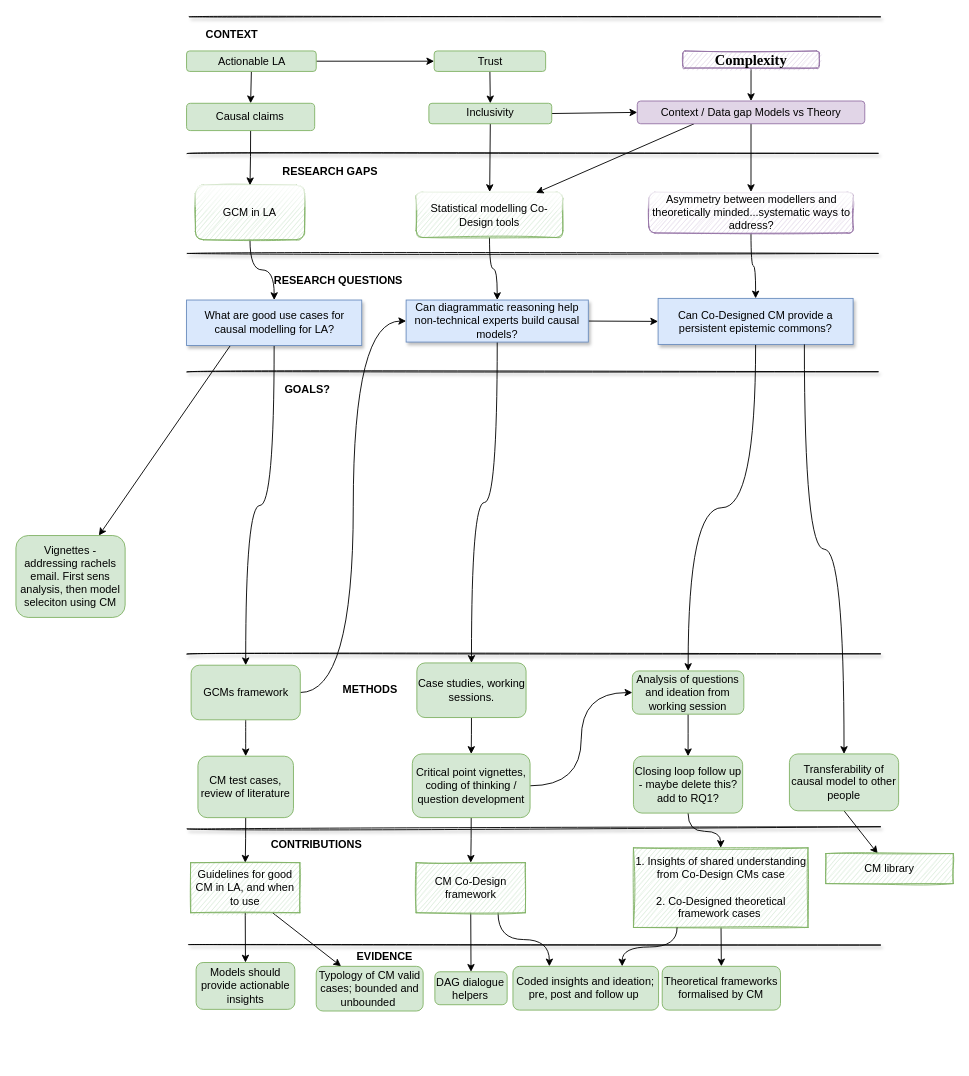
Above: page "Page-5" (5 of 5) of Thesis diagram.drawio in benwhicks/phd (draw.io), before the change. Source tidied: cells renumbered, new cells numbered last; positions are measured from the earlier drawing's top-left corner, leaving out a move shared by most shapes. Both pictures are drawn from the tidied source at 91%, with x=0, y=0 at pixel (15, 16).
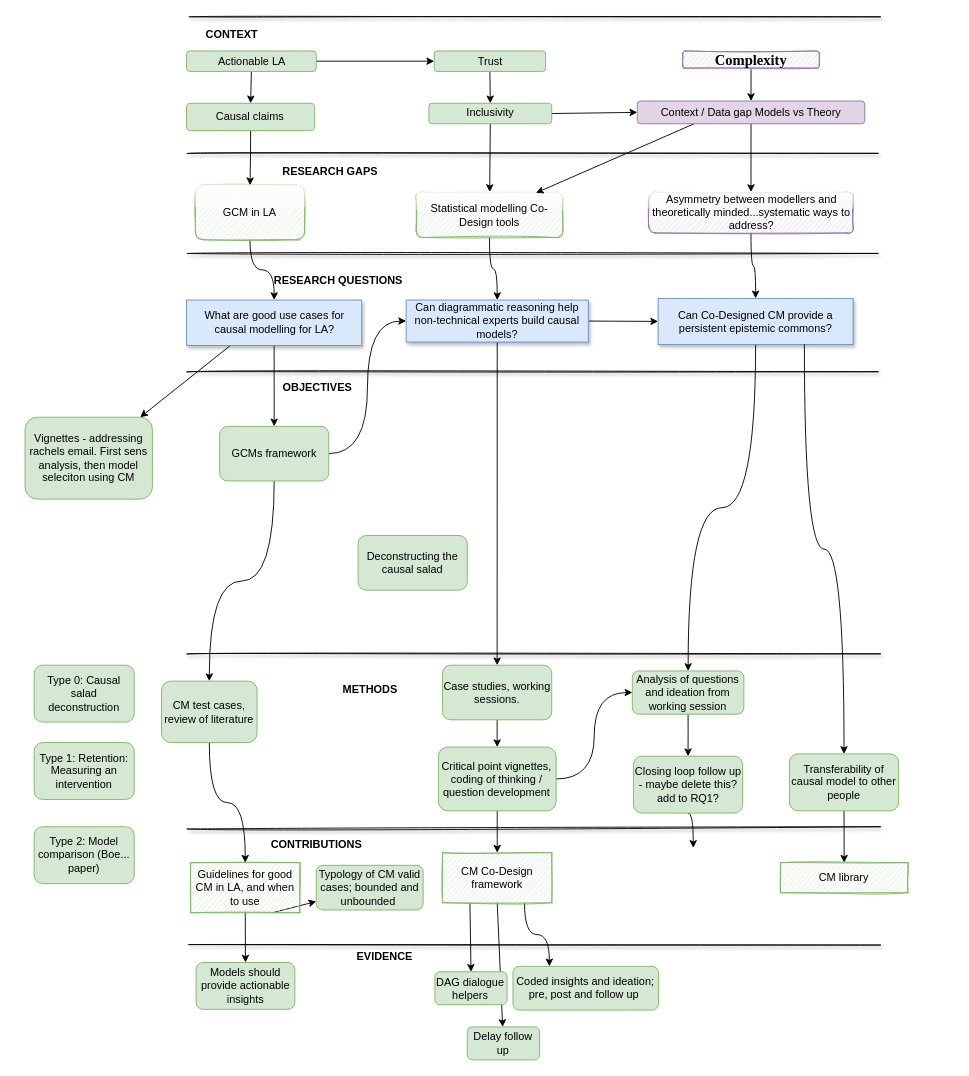
The same diagram, later.

Unchanged cells that the change refers to:
```xml
<mxCell id="38" value="Closing loop follow up - maybe delete this? add to RQ1?" style="whiteSpace=wrap;html=1;rounded=1;shadow=0;glass=0;sketch=0;fillColor=#d5e8d4;strokeColor=#82b366;" parent="1" vertex="1">
  <mxGeometry x="678.6" y="812.5" width="120" height="62.5" as="geometry" />
</mxCell>
<mxCell id="66" value="DAG dialogue helpers" style="rounded=1;whiteSpace=wrap;html=1;sketch=0;fillColor=#d5e8d4;strokeColor=#82b366;gradientColor=none;shadow=0;" parent="1" vertex="1">
  <mxGeometry x="460.4" y="1049.4" width="79.4" height="36.2" as="geometry" />
</mxCell>
<mxCell id="68" value="Coded insights and ideation; pre, post and follow up&amp;nbsp;" style="rounded=1;whiteSpace=wrap;html=1;sketch=0;fillColor=#d5e8d4;strokeColor=#82b366;gradientColor=none;shadow=0;" parent="1" vertex="1">
  <mxGeometry x="546.2" y="1043.4" width="160" height="48.1" as="geometry" />
</mxCell>
```

What changed in the source:
```diff
@@
     <mxCell id="29" value="GCMs framework" style="rounded=1;whiteSpace=wrap;html=1;sketch=0;shadow=0;glass=0;fillColor=#d5e8d4;strokeColor=#82b366;" parent="1" vertex="1">
-      <mxGeometry x="192.5" y="712.5" width="120" height="60" as="geometry" />
+      <mxGeometry x="223.8" y="450" width="120" height="60" as="geometry" />
     </mxCell>
@@
     <mxCell id="31" value="CM test cases, review of literature" style="rounded=1;whiteSpace=wrap;html=1;sketch=0;fillColor=#d5e8d4;strokeColor=#82b366;gradientColor=none;shadow=0;" parent="1" vertex="1">
-      <mxGeometry x="200" y="812.5" width="105" height="67.5" as="geometry" />
+      <mxGeometry x="160" y="730" width="105" height="67.5" as="geometry" />
     </mxCell>
@@
     <mxCell id="33" value="Case studies, working sessions." style="rounded=1;whiteSpace=wrap;html=1;fillColor=#d5e8d4;strokeColor=#82b366;" parent="1" vertex="1">
-      <mxGeometry x="440.6" y="710" width="120" height="60" as="geometry" />
+      <mxGeometry x="468.8" y="712.5" width="120" height="60" as="geometry" />
     </mxCell>
@@
-    <mxCell id="37" style="edgeStyle=orthogonalEdgeStyle;curved=1;rounded=0;sketch=0;jettySize=auto;html=1;exitX=0.5;exitY=1;exitDx=0;exitDy=0;startArrow=none;startFill=0;endArrow=classic;endFill=1;entryX=0.5;entryY=0;entryDx=0;entryDy=0;" parent="1" edge="1" source="38" target="63">
-      <mxGeometry relative="1" as="geometry" />
+    <mxCell id="37" style="edgeStyle=orthogonalEdgeStyle;curved=1;rounded=0;sketch=0;jettySize=auto;html=1;exitX=0.5;exitY=1;exitDx=0;exitDy=0;startArrow=none;startFill=0;endArrow=classic;endFill=1;entryX=0.5;entryY=0;entryDx=0;entryDy=0;" parent="1" edge="1" source="38">
+      <mxGeometry relative="1" as="geometry">
+        <mxPoint x="744.3" y="913.2" as="targetPoint" />
+      </mxGeometry>
     </mxCell>
@@
     <mxCell id="41" value="Critical point vignettes, coding of thinking / question development" style="whiteSpace=wrap;html=1;rounded=1;shadow=0;glass=0;sketch=0;fillColor=#d5e8d4;strokeColor=#82b366;" parent="1" vertex="1">
-      <mxGeometry x="435.6" y="810" width="129.4" height="70" as="geometry" />
+      <mxGeometry x="464.2" y="802.5" width="129.4" height="70" as="geometry" />
     </mxCell>
@@
-    <mxCell id="56" style="edgeStyle=none;rounded=0;jettySize=auto;html=1;exitX=0.5;exitY=1;exitDx=0;exitDy=0;entryX=0.5;entryY=0;entryDx=0;entryDy=0;" parent="1" edge="1" source="58" target="66">
+    <mxCell id="56" style="edgeStyle=none;rounded=0;jettySize=auto;html=1;exitX=0.25;exitY=1;exitDx=0;exitDy=0;entryX=0.5;entryY=0;entryDx=0;entryDy=0;" parent="1" edge="1" source="58" target="66">
       <mxGeometry relative="1" as="geometry" />
     </mxCell>
@@
+    <mxCell id="80" style="edgeStyle=none;rounded=0;jettySize=auto;html=1;exitX=0.5;exitY=1;exitDx=0;exitDy=0;" parent="1" edge="1" source="58" target="81">
+      <mxGeometry relative="1" as="geometry" />
+    </mxCell>
     <mxCell id="58" value="CM Co-Design framework" style="whiteSpace=wrap;html=1;rounded=0;shadow=0;glass=0;sketch=1;fillColor=#d5e8d4;strokeColor=#82b366;" parent="1" vertex="1">
-      <mxGeometry x="439.8" y="929.5" width="120" height="55" as="geometry" />
+      <mxGeometry x="468.9" y="918.5" width="120" height="55" as="geometry" />
     </mxCell>
@@
-    <mxCell id="62" style="rounded=0;sketch=0;jettySize=auto;html=1;entryX=0.5;entryY=0;entryDx=0;entryDy=0;fontFamily=Garamond;fontSize=16;" parent="1" edge="1" source="63" target="67">
-      <mxGeometry relative="1" as="geometry" />
-    </mxCell>
-    <mxCell id="63" value="1. Insights of shared understanding from Co-Design CMs case&lt;br&gt;&lt;br&gt;2. Co-Designed theoretical framework cases&amp;nbsp;" style="whiteSpace=wrap;html=1;rounded=0;shadow=0;glass=0;sketch=1;fillColor=#d5e8d4;strokeColor=#82b366;" parent="1" vertex="1">
-      <mxGeometry x="678.6" y="913.2" width="191.8" height="87.5" as="geometry" />
-    </mxCell>
@@
     <mxCell id="65" value="Typology of CM valid cases; bounded and unbounded&amp;nbsp;" style="rounded=1;whiteSpace=wrap;html=1;sketch=0;fillColor=#d5e8d4;strokeColor=#82b366;gradientColor=none;shadow=0;" parent="1" vertex="1">
-      <mxGeometry x="330" y="1043.4" width="117.5" height="49.1" as="geometry" />
+      <mxGeometry x="330" y="932.4" width="117.5" height="49.1" as="geometry" />
     </mxCell>
@@
-    <mxCell id="67" value="Theoretical frameworks formalised by CM" style="rounded=1;whiteSpace=wrap;html=1;sketch=0;fillColor=#d5e8d4;strokeColor=#82b366;gradientColor=none;shadow=0;" parent="1" vertex="1">
-      <mxGeometry x="710.2" y="1043.4" width="130" height="48.1" as="geometry" />
-    </mxCell>
@@
-    <mxCell id="69" style="edgeStyle=orthogonalEdgeStyle;curved=1;rounded=0;sketch=0;jettySize=auto;html=1;exitX=0.25;exitY=1;exitDx=0;exitDy=0;entryX=0.75;entryY=0;entryDx=0;entryDy=0;fontFamily=Garamond;fontSize=16;" parent="1" edge="1" source="63" target="68">
-      <mxGeometry relative="1" as="geometry" />
-    </mxCell>
@@
     <mxCell id="73" value="CM library" style="whiteSpace=wrap;html=1;rounded=0;shadow=0;glass=0;sketch=1;fillColor=#d5e8d4;strokeColor=#82b366;" parent="1" vertex="1">
-      <mxGeometry x="890" y="919.5" width="140" height="33" as="geometry" />
+      <mxGeometry x="840.2" y="929.5" width="140" height="33" as="geometry" />
     </mxCell>
     <mxCell id="74" value="Vignettes - addressing rachels email. First sens analysis, then model seleciton using CM" style="whiteSpace=wrap;html=1;rounded=1;shadow=0;glass=0;sketch=0;fillColor=#d5e8d4;strokeColor=#82b366;" parent="1" vertex="1">
-      <mxGeometry y="570" width="120" height="90" as="geometry" />
+      <mxGeometry x="10" y="440" width="140" height="90" as="geometry" />
     </mxCell>
@@
-    <mxCell id="76" value="GOALS?" style="text;html=1;align=center;verticalAlign=middle;strokeColor=none;fillColor=none;fontStyle=1;" parent="1" vertex="1">
-      <mxGeometry x="285.2" y="400" width="70" height="20" as="geometry" />
+    <mxCell id="76" value="OBJECTIVES" style="text;html=1;align=center;verticalAlign=middle;strokeColor=none;fillColor=none;fontStyle=1;" parent="1" vertex="1">
+      <mxGeometry x="286.2" y="398" width="90" height="20" as="geometry" />
     </mxCell>
@@
+    <mxCell id="81" value="Delay follow up" style="rounded=1;whiteSpace=wrap;html=1;sketch=0;fillColor=#d5e8d4;strokeColor=#82b366;gradientColor=none;shadow=0;" parent="1" vertex="1">
+      <mxGeometry x="496" y="1110" width="79.4" height="36.2" as="geometry" />
+    </mxCell>
+    <mxCell id="82" value="Deconstructing the causal salad" style="rounded=1;whiteSpace=wrap;html=1;fillColor=#d5e8d4;strokeColor=#82b366;" parent="1" vertex="1">
+      <mxGeometry x="376" y="570" width="120" height="60" as="geometry" />
+    </mxCell>
+    <mxCell id="83" value="Type 1: Retention: Measuring an intervention" style="rounded=1;whiteSpace=wrap;html=1;fillColor=#d5e8d4;strokeColor=#82b366;" parent="1" vertex="1">
+      <mxGeometry x="20" y="797.5" width="110" height="62.5" as="geometry" />
+    </mxCell>
+    <mxCell id="84" value="Type 2: Model comparison (Boe... paper)" style="rounded=1;whiteSpace=wrap;html=1;fillColor=#d5e8d4;strokeColor=#82b366;" parent="1" vertex="1">
+      <mxGeometry x="20" y="890" width="110" height="62.5" as="geometry" />
+    </mxCell>
+    <mxCell id="85" value="Type 0: Causal salad deconstruction" style="rounded=1;whiteSpace=wrap;html=1;fillColor=#d5e8d4;strokeColor=#82b366;" parent="1" vertex="1">
+      <mxGeometry x="20" y="712.5" width="110" height="62.5" as="geometry" />
+    </mxCell>
```
